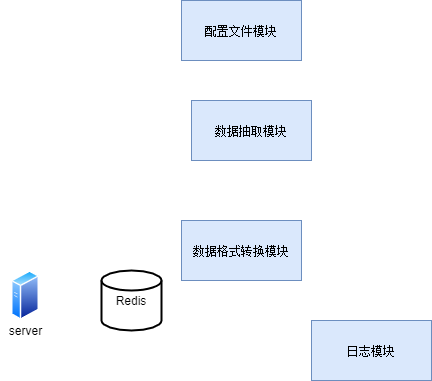
Above: 数据抽取模块.png in bangyanli/story (draw.io), before the change. Source tidied: cells renumbered, new cells last; positions are measured from the earlier drawing's top-left corner, leaving out a move shared by most shapes.
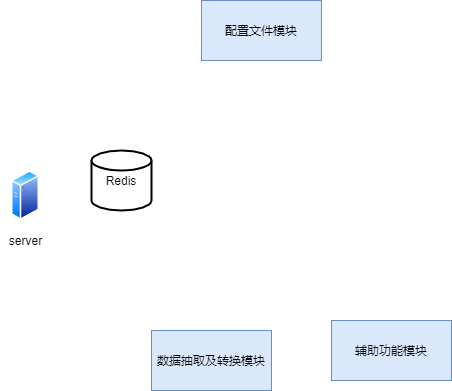
The same file after the commit.

Commit message:
Update 数据抽取模块.png

Change to the diagram source:
```diff
@@ -2,26 +2,23 @@
   <root>
     <mxCell id="0" />
     <mxCell id="1" parent="0" />
-    <mxCell id="2" value="数据抽取模块" style="rounded=0;whiteSpace=wrap;html=1;fillColor=#dae8fc;strokeColor=#6c8ebf;" parent="1" vertex="1">
-      <mxGeometry x="191" y="100" width="120" height="60" as="geometry" />
+    <mxCell id="2" value="数据抽取及转换模块" style="rounded=0;whiteSpace=wrap;html=1;fillColor=#dae8fc;strokeColor=#6c8ebf;" parent="1" vertex="1">
+      <mxGeometry x="131" y="330" width="120" height="60" as="geometry" />
     </mxCell>
-    <mxCell id="3" value="数据格式转换模块" style="whiteSpace=wrap;html=1;fillColor=#dae8fc;strokeColor=#6c8ebf;" parent="1" vertex="1">
-      <mxGeometry x="181" y="220" width="120" height="60" as="geometry" />
-    </mxCell>
     <mxCell id="4" value="配置文件模块" style="whiteSpace=wrap;html=1;fillColor=#dae8fc;strokeColor=#6c8ebf;" parent="1" vertex="1">
       <mxGeometry x="181" width="120" height="60" as="geometry" />
     </mxCell>
-    <mxCell id="5" value="日志模块" style="whiteSpace=wrap;html=1;fillColor=#dae8fc;strokeColor=#6c8ebf;" parent="1" vertex="1">
+    <mxCell id="5" value="辅助功能模块" style="whiteSpace=wrap;html=1;fillColor=#dae8fc;strokeColor=#6c8ebf;" parent="1" vertex="1">
       <mxGeometry x="311" y="320" width="120" height="60" as="geometry" />
     </mxCell>
     <mxCell id="6" style="perimeter=ellipsePerimeter;html=1;align=center;shadow=0;dashed=0;spacingTop=3;image;image=img/lib/active_directory/generic_server.svg;" parent="1" vertex="1">
-      <mxGeometry x="11" y="270" width="28" height="50" as="geometry" />
+      <mxGeometry x="-9" y="170" width="28" height="50" as="geometry" />
     </mxCell>
     <mxCell id="7" value="Redis" style="strokeWidth=2;html=1;shape=mxgraph.flowchart.database;whiteSpace=wrap;" parent="1" vertex="1">
-      <mxGeometry x="101" y="270" width="60" height="60" as="geometry" />
+      <mxGeometry x="71" y="150" width="60" height="60" as="geometry" />
     </mxCell>
     <mxCell id="8" value="server" style="text;html=1;align=center;verticalAlign=middle;" parent="1" vertex="1">
-      <mxGeometry y="320" width="50" height="20" as="geometry" />
+      <mxGeometry x="-20" y="230" width="50" height="20" as="geometry" />
     </mxCell>
   </root>
 </mxGraphModel>
```
